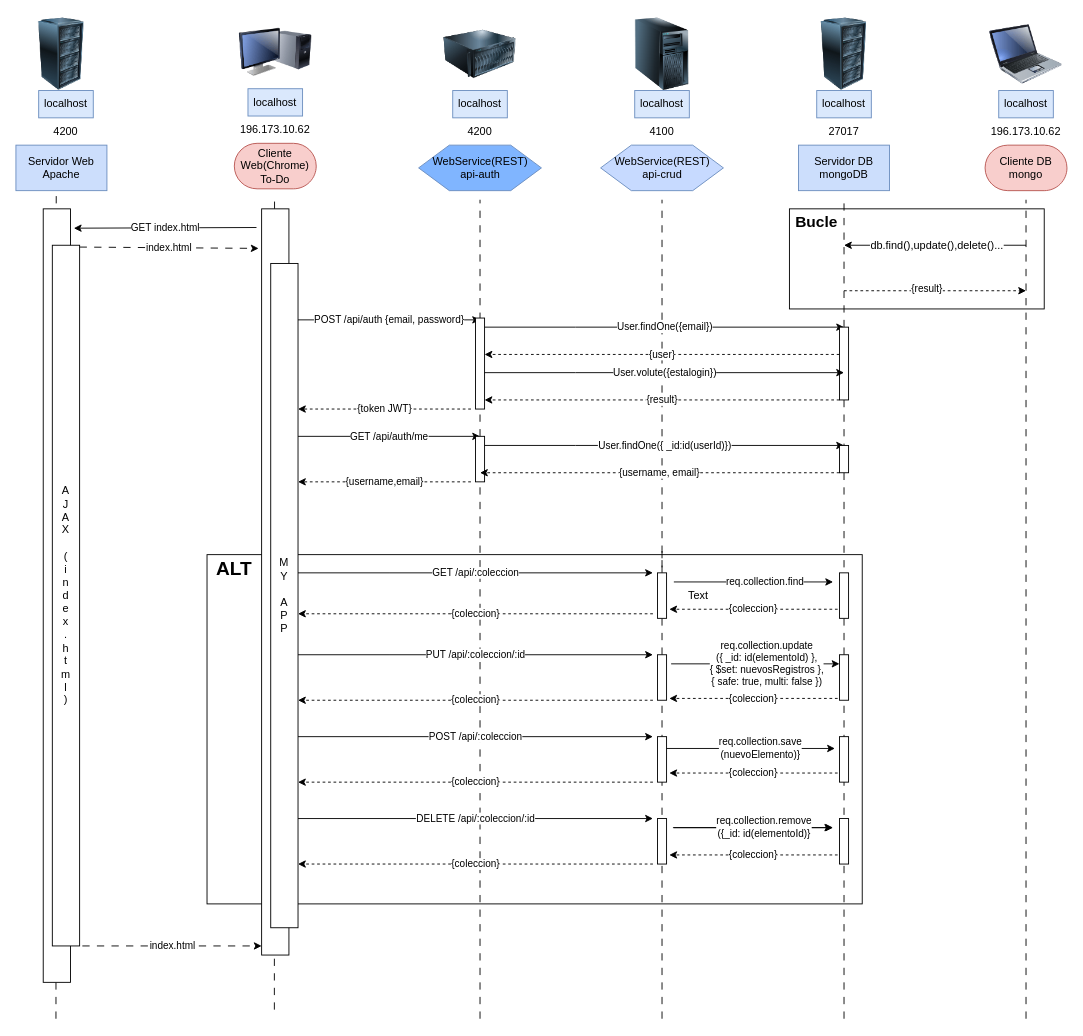
Before: Diagrama de Secuencia.drawio in AceDen97/SD, a draw.io diagram. Source tidied: cells renumbered, new cells numbered last; positions are measured from the earlier drawing's top-left corner, leaving out a move shared by most shapes. Both pictures are drawn from the tidied source at 91%, with x=0, y=0 at pixel (15, 15).
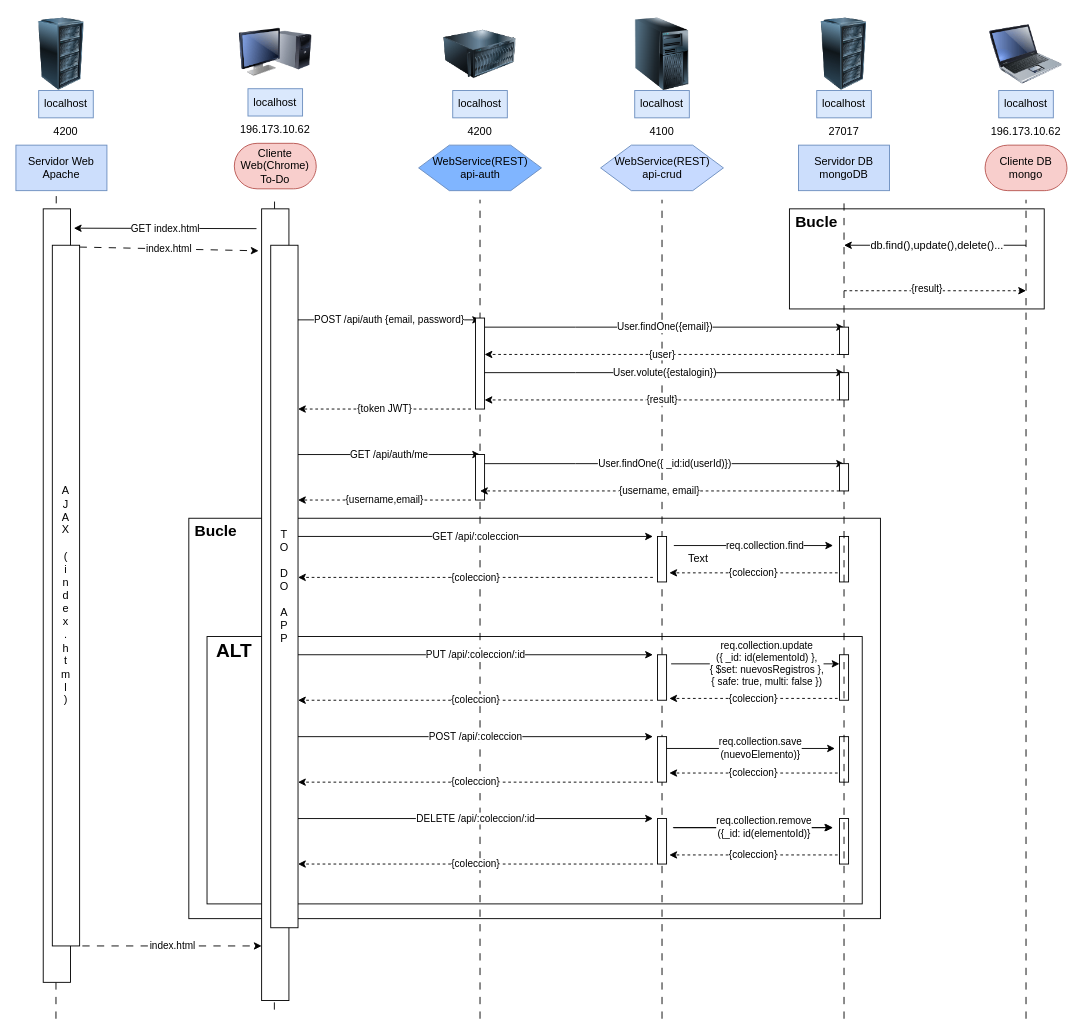
The same page after the edit.

What changed in the source:
```diff
@@
+    <mxCell id="89" style="rounded=0;whiteSpace=wrap;html=1;" parent="1" vertex="1">
+      <mxGeometry x="190" y="552" width="760" height="440" as="geometry" />
+    </mxCell>
@@
     <mxCell id="3" style="rounded=0;whiteSpace=wrap;html=1;" parent="1" vertex="1">
-      <mxGeometry x="210" y="592" width="720" height="383.8" as="geometry" />
+      <mxGeometry x="210" y="682" width="720" height="293.8" as="geometry" />
     </mxCell>
@@
     <mxCell id="6" style="rounded=0;whiteSpace=wrap;html=1;" parent="1" vertex="1">
-      <mxGeometry x="270" y="212" width="30" height="820" as="geometry" />
+      <mxGeometry x="270" y="212" width="30" height="870" as="geometry" />
     </mxCell>
@@
-    <mxCell id="36" style="endArrow=none;dashed=1;html=1;rounded=0;dashPattern=8 8;" parent="1" edge="1" target="37">
-      <mxGeometry relative="1" as="geometry">
-        <mxPoint x="910" y="1102" as="sourcePoint" />
-      </mxGeometry>
+    <mxCell id="36" style="endArrow=none;dashed=1;html=1;rounded=0;dashPattern=8 8;" parent="1" edge="1" source="91" target="37">
+      <mxGeometry relative="1" as="geometry" />
     </mxCell>
     <mxCell id="37" style="rounded=0;whiteSpace=wrap;html=1;" parent="1" vertex="1">
-      <mxGeometry x="905" y="342" width="10" height="80" as="geometry" />
+      <mxGeometry x="905" y="342" width="10" height="30" as="geometry" />
     </mxCell>
@@
     <mxCell id="40" value="GET /api/auth/me" style="endArrow=classic;html=1;rounded=0;" parent="1" edge="1">
       <mxGeometry relative="1" as="geometry">
-        <mxPoint x="310" y="462" as="sourcePoint" />
-        <mxPoint x="510" y="462" as="targetPoint" />
+        <mxPoint x="310" y="482" as="sourcePoint" />
+        <mxPoint x="510" y="482" as="targetPoint" />
         <Array as="points">
-          <mxPoint x="410" y="462" />
+          <mxPoint x="410" y="482" />
         </Array>
       </mxGeometry>
     </mxCell>
     <mxCell id="41" style="rounded=0;whiteSpace=wrap;html=1;" parent="1" vertex="1">
-      <mxGeometry x="505" y="462" width="10" height="50" as="geometry" />
+      <mxGeometry x="505" y="482" width="10" height="50" as="geometry" />
     </mxCell>
     <mxCell id="42" value="User.findOne({ _id:id(userId)})" style="endArrow=classic;html=1;rounded=0;" parent="1" edge="1">
       <mxGeometry relative="1" as="geometry">
-        <mxPoint x="515" y="472" as="sourcePoint" />
-        <mxPoint x="910" y="472" as="targetPoint" />
+        <mxPoint x="515" y="492" as="sourcePoint" />
+        <mxPoint x="910" y="492" as="targetPoint" />
         <Array as="points">
-          <mxPoint x="615" y="472" />
+          <mxPoint x="615" y="492" />
         </Array>
       </mxGeometry>
     </mxCell>
-    <mxCell id="43" style="rounded=0;whiteSpace=wrap;html=1;" parent="1" vertex="1">
-      <mxGeometry x="905" y="472" width="10" height="30" as="geometry" />
-    </mxCell>
     <mxCell id="44" value="{username, email}" style="endArrow=classic;html=1;rounded=0;exitX=0;exitY=1;exitDx=0;exitDy=0;dashed=1;" parent="1" edge="1">
       <mxGeometry relative="1" as="geometry">
-        <mxPoint x="905" y="502" as="sourcePoint" />
-        <mxPoint x="510" y="502" as="targetPoint" />
+        <mxPoint x="905" y="522" as="sourcePoint" />
+        <mxPoint x="510" y="522" as="targetPoint" />
       </mxGeometry>
     </mxCell>
     <mxCell id="45" value="{username,email}" style="endArrow=classic;html=1;rounded=0;dashed=1;" parent="1" edge="1">
       <mxGeometry relative="1" as="geometry">
-        <mxPoint x="500" y="512" as="sourcePoint" />
-        <mxPoint x="310" y="512" as="targetPoint" />
+        <mxPoint x="500" y="532" as="sourcePoint" />
+        <mxPoint x="310" y="532" as="targetPoint" />
       </mxGeometry>
     </mxCell>
@@
     <mxCell id="48" value="GET /api/:coleccion" style="endArrow=classic;html=1;rounded=0;" parent="1" edge="1">
       <mxGeometry relative="1" as="geometry">
-        <mxPoint x="310" y="612" as="sourcePoint" />
-        <mxPoint x="700" y="612" as="targetPoint" />
+        <mxPoint x="310" y="572" as="sourcePoint" />
+        <mxPoint x="700" y="572" as="targetPoint" />
         <Array as="points">
-          <mxPoint x="410" y="612" />
+          <mxPoint x="410" y="572" />
         </Array>
       </mxGeometry>
     </mxCell>
     <mxCell id="49" value="req.collection.find" style="endArrow=classic;html=1;rounded=0;" parent="1" edge="1">
       <mxGeometry x="0.14" relative="1" as="geometry">
-        <mxPoint x="723" y="622" as="sourcePoint" />
-        <mxPoint x="898" y="622" as="targetPoint" />
+        <mxPoint x="723" y="582" as="sourcePoint" />
+        <mxPoint x="898" y="582" as="targetPoint" />
       </mxGeometry>
     </mxCell>
     <mxCell id="50" value="{coleccion}" style="endArrow=classic;html=1;rounded=0;dashed=1;" parent="1" edge="1">
       <mxGeometry relative="1" as="geometry">
-        <mxPoint x="903" y="652" as="sourcePoint" />
-        <mxPoint x="718" y="652" as="targetPoint" />
+        <mxPoint x="903" y="612" as="sourcePoint" />
+        <mxPoint x="718" y="612" as="targetPoint" />
         <Array as="points">
-          <mxPoint x="768" y="652" />
+          <mxPoint x="768" y="612" />
         </Array>
       </mxGeometry>
     </mxCell>
     <mxCell id="51" value="{coleccion}" style="endArrow=classic;html=1;rounded=0;dashed=1;" parent="1" edge="1">
       <mxGeometry relative="1" as="geometry">
-        <mxPoint x="700" y="657" as="sourcePoint" />
-        <mxPoint x="310" y="657" as="targetPoint" />
+        <mxPoint x="700" y="617" as="sourcePoint" />
+        <mxPoint x="310" y="617" as="targetPoint" />
       </mxGeometry>
     </mxCell>
     <mxCell id="52" style="rounded=0;whiteSpace=wrap;html=1;" parent="1" vertex="1">
-      <mxGeometry x="905" y="612" width="10" height="50" as="geometry" />
+      <mxGeometry x="905" y="572" width="10" height="50" as="geometry" />
     </mxCell>
@@
     <mxCell id="72" style="rounded=0;whiteSpace=wrap;html=1;" parent="1" vertex="1">
-      <mxGeometry x="705" y="612" width="10" height="50" as="geometry" />
+      <mxGeometry x="705" y="572" width="10" height="50" as="geometry" />
     </mxCell>
@@
-    <mxCell id="76" value="M&lt;br&gt;Y&lt;br&gt;&lt;br&gt;A&lt;br&gt;P&lt;br&gt;P" style="rounded=0;whiteSpace=wrap;html=1;" parent="1" vertex="1">
-      <mxGeometry x="280" y="272" width="30" height="730" as="geometry" />
+    <mxCell id="76" value="T&lt;br&gt;O&lt;br&gt;&lt;br&gt;D&lt;br&gt;O&lt;br&gt;&lt;br&gt;A&lt;br&gt;P&lt;br&gt;P" style="rounded=0;whiteSpace=wrap;html=1;" parent="1" vertex="1">
+      <mxGeometry x="280" y="252" width="30" height="750" as="geometry" />
     </mxCell>
@@
     <mxCell id="86" value="Text" style="text;html=1;strokeColor=none;fillColor=none;align=center;verticalAlign=middle;whiteSpace=wrap;rounded=0;" parent="1" vertex="1">
-      <mxGeometry x="720" y="622" width="60" height="30" as="geometry" />
+      <mxGeometry x="720" y="582" width="60" height="30" as="geometry" />
     </mxCell>
@@
     <mxCell id="88" value="&lt;b&gt;&lt;font style=&quot;font-size: 21px;&quot;&gt;ALT&lt;/font&gt;&lt;/b&gt;" style="text;html=1;strokeColor=none;fillColor=none;align=center;verticalAlign=middle;whiteSpace=wrap;rounded=0;" parent="1" vertex="1">
-      <mxGeometry x="210" y="592" width="60" height="30" as="geometry" />
+      <mxGeometry x="210" y="682" width="60" height="30" as="geometry" />
     </mxCell>
+    <mxCell id="90" style="endArrow=none;dashed=1;html=1;rounded=0;dashPattern=8 8;" parent="1" edge="1" target="91">
+      <mxGeometry relative="1" as="geometry">
+        <mxPoint x="910" y="1102" as="sourcePoint" />
+      </mxGeometry>
+    </mxCell>
+    <mxCell id="91" style="rounded=0;whiteSpace=wrap;html=1;" parent="1" vertex="1">
+      <mxGeometry x="905" y="392" width="10" height="30" as="geometry" />
+    </mxCell>
+    <mxCell id="43" style="rounded=0;whiteSpace=wrap;html=1;" parent="1" vertex="1">
+      <mxGeometry x="905" y="492" width="10" height="30" as="geometry" />
+    </mxCell>
+    <mxCell id="92" value="&lt;b&gt;&lt;font style=&quot;font-size: 17px;&quot;&gt;Bucle&lt;/font&gt;&lt;/b&gt;" style="text;html=1;strokeColor=none;fillColor=none;align=center;verticalAlign=middle;whiteSpace=wrap;rounded=0;" parent="1" vertex="1">
+      <mxGeometry x="190" y="552" width="60" height="30" as="geometry" />
+    </mxCell>
```
